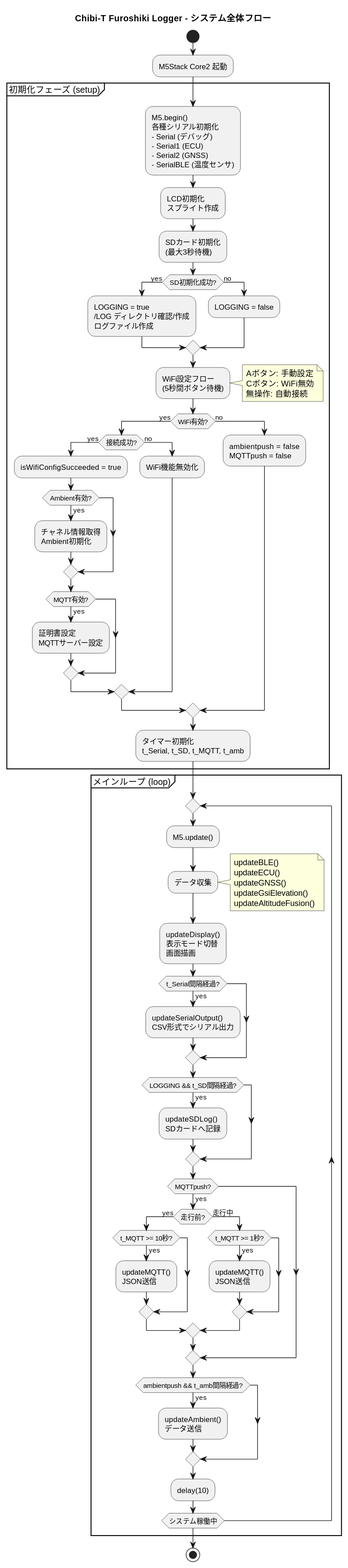
Above: docs/システム全体概要.svg in todateman/Chibi-T_Furoshiki_Logger (PlantUML), before the change. Source of this version:
```plantuml
@startuml
title Chibi-T Furoshiki Logger - システム全体フロー

start

:M5Stack Core2 起動;

partition "初期化フェーズ (setup)" {
    :M5.begin()
    各種シリアル初期化
    - Serial (デバッグ)
    - Serial1 (ECU)
    - Serial2 (GNSS)
    - SerialBLE (温度センサ);

    :LCD初期化
    スプライト作成;

    :SDカード初期化
    (最大3秒待機);

    if (SD初期化成功?) then (yes)
        :LOGGING = true
        /LOG ディレクトリ確認/作成
        ログファイル作成;
    else (no)
        :LOGGING = false;
    endif

    :WiFi設定フロー
    (5秒間ボタン待機);

    note right
        Aボタン: 手動設定
        Cボタン: WiFi無効
        無操作: 自動接続
    end note

    if (WiFi有効?) then (yes)
        if (接続成功?) then (yes)
            :isWifiConfigSucceeded = true;

            if (Ambient有効?) then (yes)
                :チャネル情報取得
                Ambient初期化;
            endif

            if (MQTT有効?) then (yes)
                :証明書設定
                MQTTサーバー設定;
            endif
        else (no)
            :WiFi機能無効化;
        endif
    else (no)
        :ambientpush = false
        MQTTpush = false;
    endif

    :タイマー初期化
    t_Serial, t_SD, t_MQTT, t_amb;
}

partition "メインループ (loop)" {
    repeat
        :M5.update();

        :データ収集;
        note right
            updateBLE()
            updateECU()
            updateGNSS()
            updateGsiElevation()
            updateAltitudeFusion()
        end note

        :updateDisplay()
        表示モード切替
        画面描画;

        if (t_Serial間隔経過?) then (yes)
            :updateSerialOutput()
            CSV形式でシリアル出力;
        endif

        if (LOGGING && t_SD間隔経過?) then (yes)
            :updateSDLog()
            SDカードへ記録;
        endif

        if (MQTTpush?) then (yes)
            if (走行前?) then (yes)
                if (t_MQTT >= 10秒?) then (yes)
                    :updateMQTT()
                    JSON送信;
                endif
            else (走行中)
                if (t_MQTT >= 1秒?) then (yes)
                    :updateMQTT()
                    JSON送信;
                endif
            endif
        endif

        if (ambientpush && t_amb間隔経過?) then (yes)
            :updateAmbient()
            データ送信;
        endif

        :delay(10);

    repeat while (システム稼働中)
}

stop
@enduml
```
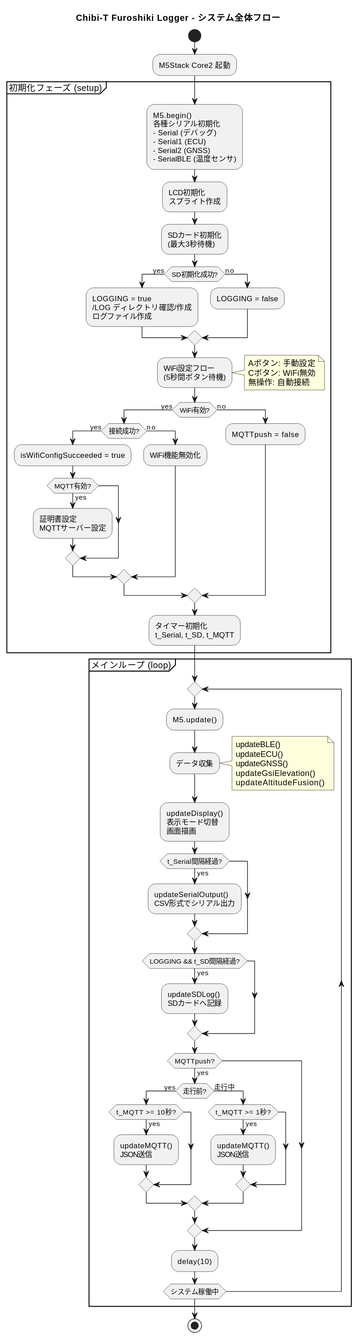
Later version of the same file.

Diff of the diagram source:
```diff
@@ -40,11 +40,6 @@
         if (接続成功?) then (yes)
             :isWifiConfigSucceeded = true;
 
-            if (Ambient有効?) then (yes)
-                :チャネル情報取得
-                Ambient初期化;
-            endif
-
             if (MQTT有効?) then (yes)
                 :証明書設定
                 MQTTサーバー設定;
@@ -53,12 +48,11 @@
             :WiFi機能無効化;
         endif
     else (no)
-        :ambientpush = false
-        MQTTpush = false;
+        :MQTTpush = false;
     endif
 
     :タイマー初期化
-    t_Serial, t_SD, t_MQTT, t_amb;
+    t_Serial, t_SD, t_MQTT;
 }
 
 partition "メインループ (loop)" {
@@ -102,11 +96,6 @@
             endif
         endif
 
-        if (ambientpush && t_amb間隔経過?) then (yes)
-            :updateAmbient()
-            データ送信;
-        endif
-
         :delay(10);
 
     repeat while (システム稼働中)
```
